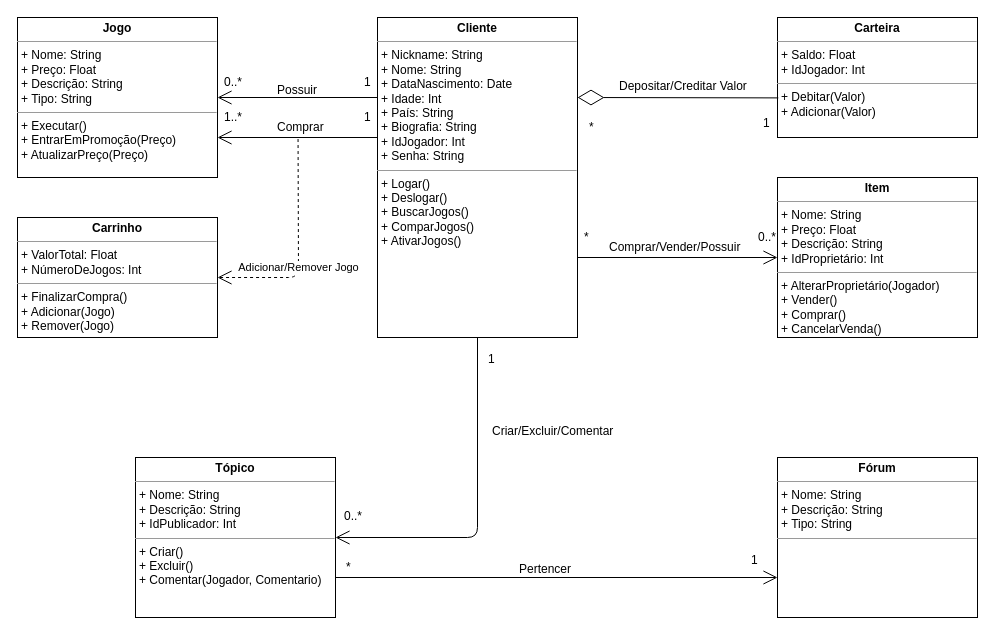
Nathy14/Steam-PJTsoftware keeps this draw.io diagram as page "Page-1" (1 of 2) of DiagramaClasses.drawio. Above is the earlier version. Source tidied: cells renumbered, new cells numbered last; positions are measured from the earlier drawing's top-left corner, leaving out a move shared by most shapes. Both pictures are drawn from the tidied source at 100%, with x=0, y=0 at pixel (17, 17).
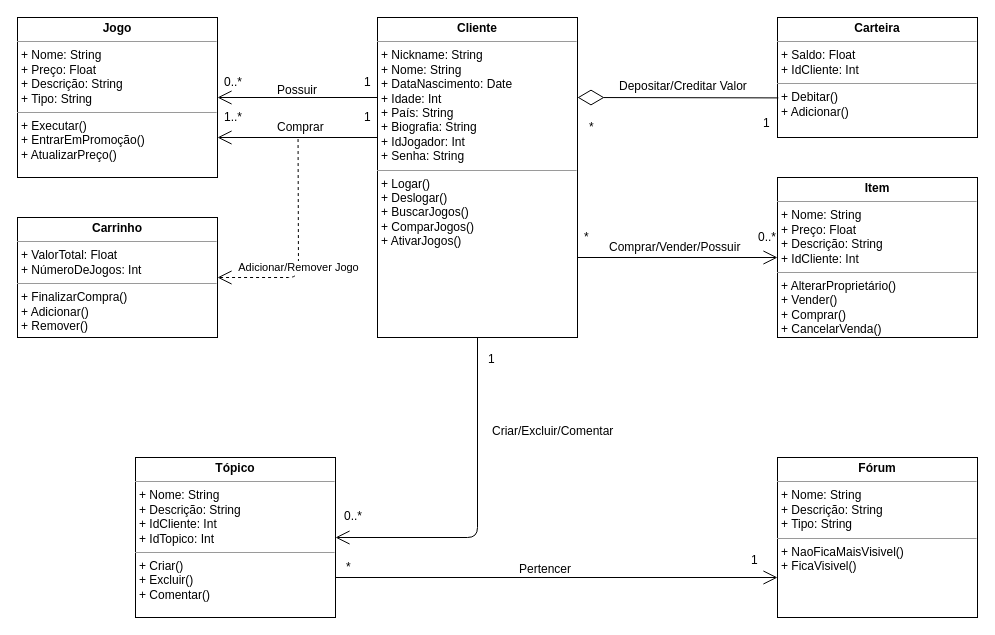
After the change.

Diff of the diagram source:
```diff
@@
-    <mxCell id="3" value="&lt;p style=&quot;margin: 0px ; margin-top: 4px ; text-align: center&quot;&gt;&lt;b&gt;Carteira&lt;/b&gt;&lt;/p&gt;&lt;hr size=&quot;1&quot;&gt;&lt;p style=&quot;margin: 0px ; margin-left: 4px&quot;&gt;+ Saldo: Float&lt;br&gt;+ IdJogador: Int&lt;/p&gt;&lt;hr size=&quot;1&quot;&gt;&lt;p style=&quot;margin: 0px ; margin-left: 4px&quot;&gt;+ Debitar(Valor)&lt;br&gt;+ Adicionar(Valor)&lt;/p&gt;" style="verticalAlign=top;align=left;overflow=fill;fontSize=12;fontFamily=Helvetica;html=1;" parent="1" vertex="1">
+    <mxCell id="3" value="&lt;p style=&quot;margin: 0px ; margin-top: 4px ; text-align: center&quot;&gt;&lt;b&gt;Carteira&lt;/b&gt;&lt;/p&gt;&lt;hr size=&quot;1&quot;&gt;&lt;p style=&quot;margin: 0px ; margin-left: 4px&quot;&gt;+ Saldo: Float&lt;br&gt;+ IdCliente: Int&lt;/p&gt;&lt;hr size=&quot;1&quot;&gt;&lt;p style=&quot;margin: 0px ; margin-left: 4px&quot;&gt;+ Debitar()&lt;br&gt;+ Adicionar()&lt;/p&gt;" style="verticalAlign=top;align=left;overflow=fill;fontSize=12;fontFamily=Helvetica;html=1;" parent="1" vertex="1">
       <mxGeometry x="760" width="200" height="120" as="geometry" />
     </mxCell>
-    <mxCell id="4" value="&lt;p style=&quot;margin: 0px ; margin-top: 4px ; text-align: center&quot;&gt;&lt;b&gt;Carrinho&lt;/b&gt;&lt;/p&gt;&lt;hr size=&quot;1&quot;&gt;&lt;p style=&quot;margin: 0px ; margin-left: 4px&quot;&gt;+ ValorTotal: Float&lt;br&gt;+ NúmeroDeJogos: Int&lt;/p&gt;&lt;hr size=&quot;1&quot;&gt;&lt;p style=&quot;margin: 0px ; margin-left: 4px&quot;&gt;+ FinalizarCompra()&lt;br&gt;+ Adicionar(Jogo)&lt;br&gt;+ Remover(Jogo)&lt;/p&gt;" style="verticalAlign=top;align=left;overflow=fill;fontSize=12;fontFamily=Helvetica;html=1;" parent="1" vertex="1">
+    <mxCell id="4" value="&lt;p style=&quot;margin: 0px ; margin-top: 4px ; text-align: center&quot;&gt;&lt;b&gt;Carrinho&lt;/b&gt;&lt;/p&gt;&lt;hr size=&quot;1&quot;&gt;&lt;p style=&quot;margin: 0px ; margin-left: 4px&quot;&gt;+ ValorTotal: Float&lt;br&gt;+ NúmeroDeJogos: Int&lt;/p&gt;&lt;hr size=&quot;1&quot;&gt;&lt;p style=&quot;margin: 0px ; margin-left: 4px&quot;&gt;+ FinalizarCompra()&lt;br&gt;+ Adicionar()&lt;br&gt;+ Remover()&lt;/p&gt;" style="verticalAlign=top;align=left;overflow=fill;fontSize=12;fontFamily=Helvetica;html=1;" parent="1" vertex="1">
       <mxGeometry y="200" width="200" height="120" as="geometry" />
     </mxCell>
-    <mxCell id="5" value="&lt;p style=&quot;margin: 0px ; margin-top: 4px ; text-align: center&quot;&gt;&lt;b&gt;Jogo&lt;/b&gt;&lt;/p&gt;&lt;hr size=&quot;1&quot;&gt;&lt;p style=&quot;margin: 0px ; margin-left: 4px&quot;&gt;+ Nome: String&lt;br&gt;+ Preço: Float&lt;br&gt;+ Descrição: String&lt;br&gt;+ Tipo: String&lt;/p&gt;&lt;hr size=&quot;1&quot;&gt;&lt;p style=&quot;margin: 0px ; margin-left: 4px&quot;&gt;+ Executar()&lt;br&gt;+ EntrarEmPromoção(Preço)&lt;br&gt;+ AtualizarPreço(Preço)&lt;/p&gt;" style="verticalAlign=top;align=left;overflow=fill;fontSize=12;fontFamily=Helvetica;html=1;" parent="1" vertex="1">
+    <mxCell id="5" value="&lt;p style=&quot;margin: 0px ; margin-top: 4px ; text-align: center&quot;&gt;&lt;b&gt;Jogo&lt;/b&gt;&lt;/p&gt;&lt;hr size=&quot;1&quot;&gt;&lt;p style=&quot;margin: 0px ; margin-left: 4px&quot;&gt;+ Nome: String&lt;br&gt;+ Preço: Float&lt;br&gt;+ Descrição: String&lt;br&gt;+ Tipo: String&lt;/p&gt;&lt;hr size=&quot;1&quot;&gt;&lt;p style=&quot;margin: 0px ; margin-left: 4px&quot;&gt;+ Executar()&lt;br&gt;+ EntrarEmPromoção()&lt;br&gt;+ AtualizarPreço()&lt;/p&gt;" style="verticalAlign=top;align=left;overflow=fill;fontSize=12;fontFamily=Helvetica;html=1;" parent="1" vertex="1">
       <mxGeometry width="200" height="160" as="geometry" />
     </mxCell>
-    <mxCell id="6" value="&lt;p style=&quot;margin: 0px ; margin-top: 4px ; text-align: center&quot;&gt;&lt;b&gt;Tópico&lt;/b&gt;&lt;/p&gt;&lt;hr size=&quot;1&quot;&gt;&lt;p style=&quot;margin: 0px ; margin-left: 4px&quot;&gt;+ Nome: String&lt;br&gt;+ Descrição: String&lt;br&gt;+ IdPublicador: Int&lt;/p&gt;&lt;hr size=&quot;1&quot;&gt;&lt;p style=&quot;margin: 0px ; margin-left: 4px&quot;&gt;+ Criar()&lt;br&gt;+ Excluir()&lt;br&gt;+ Comentar(Jogador, Comentario)&lt;br&gt;&lt;br&gt;&lt;/p&gt;" style="verticalAlign=top;align=left;overflow=fill;fontSize=12;fontFamily=Helvetica;html=1;" parent="1" vertex="1">
+    <mxCell id="6" value="&lt;p style=&quot;margin: 0px ; margin-top: 4px ; text-align: center&quot;&gt;&lt;b&gt;Tópico&lt;/b&gt;&lt;/p&gt;&lt;hr size=&quot;1&quot;&gt;&lt;p style=&quot;margin: 0px ; margin-left: 4px&quot;&gt;+ Nome: String&lt;br&gt;+ Descrição: String&lt;br&gt;+ IdCliente: Int&lt;br&gt;+ IdTopico: Int&lt;/p&gt;&lt;hr size=&quot;1&quot;&gt;&lt;p style=&quot;margin: 0px ; margin-left: 4px&quot;&gt;+ Criar()&lt;br&gt;+ Excluir()&lt;br&gt;+ Comentar()&lt;br&gt;&lt;br&gt;&lt;/p&gt;" style="verticalAlign=top;align=left;overflow=fill;fontSize=12;fontFamily=Helvetica;html=1;" parent="1" vertex="1">
       <mxGeometry x="118" y="440" width="200" height="160" as="geometry" />
     </mxCell>
-    <mxCell id="7" value="&lt;p style=&quot;margin: 0px ; margin-top: 4px ; text-align: center&quot;&gt;&lt;b&gt;Item&lt;/b&gt;&lt;/p&gt;&lt;hr size=&quot;1&quot;&gt;&lt;p style=&quot;margin: 0px ; margin-left: 4px&quot;&gt;+ Nome: String&lt;br&gt;+ Preço: Float&lt;br&gt;+ Descrição: String&lt;br&gt;+ IdProprietário: Int&lt;/p&gt;&lt;hr size=&quot;1&quot;&gt;&lt;p style=&quot;margin: 0px ; margin-left: 4px&quot;&gt;+ AlterarProprietário(Jogador)&lt;br&gt;+ Vender()&lt;br&gt;+ Comprar()&lt;br&gt;+ CancelarVenda()&lt;/p&gt;" style="verticalAlign=top;align=left;overflow=fill;fontSize=12;fontFamily=Helvetica;html=1;" parent="1" vertex="1">
+    <mxCell id="7" value="&lt;p style=&quot;margin: 0px ; margin-top: 4px ; text-align: center&quot;&gt;&lt;b&gt;Item&lt;/b&gt;&lt;/p&gt;&lt;hr size=&quot;1&quot;&gt;&lt;p style=&quot;margin: 0px ; margin-left: 4px&quot;&gt;+ Nome: String&lt;br&gt;+ Preço: Float&lt;br&gt;+ Descrição: String&lt;br&gt;+ IdCliente: Int&lt;/p&gt;&lt;hr size=&quot;1&quot;&gt;&lt;p style=&quot;margin: 0px ; margin-left: 4px&quot;&gt;+ AlterarProprietário()&lt;br&gt;+ Vender()&lt;br&gt;+ Comprar()&lt;br&gt;+ CancelarVenda()&lt;/p&gt;" style="verticalAlign=top;align=left;overflow=fill;fontSize=12;fontFamily=Helvetica;html=1;" parent="1" vertex="1">
       <mxGeometry x="760" y="160" width="200" height="160" as="geometry" />
     </mxCell>
-    <mxCell id="8" value="&lt;p style=&quot;margin: 0px ; margin-top: 4px ; text-align: center&quot;&gt;&lt;b&gt;Fórum&lt;/b&gt;&lt;/p&gt;&lt;hr size=&quot;1&quot;&gt;&lt;p style=&quot;margin: 0px ; margin-left: 4px&quot;&gt;+ Nome: String&lt;br&gt;+ Descrição: String&lt;br&gt;+ Tipo: String&lt;/p&gt;&lt;hr size=&quot;1&quot;&gt;&lt;p style=&quot;margin: 0px ; margin-left: 4px&quot;&gt;&lt;br&gt;&lt;/p&gt;" style="verticalAlign=top;align=left;overflow=fill;fontSize=12;fontFamily=Helvetica;html=1;" parent="1" vertex="1">
+    <mxCell id="8" value="&lt;p style=&quot;margin: 0px ; margin-top: 4px ; text-align: center&quot;&gt;&lt;b&gt;Fórum&lt;/b&gt;&lt;/p&gt;&lt;hr size=&quot;1&quot;&gt;&lt;p style=&quot;margin: 0px ; margin-left: 4px&quot;&gt;+ Nome: String&lt;br&gt;+ Descrição: String&lt;br&gt;+ Tipo: String&lt;/p&gt;&lt;hr size=&quot;1&quot;&gt;&lt;p style=&quot;margin: 0px ; margin-left: 4px&quot;&gt;+ NaoFicaMaisVisivel()&lt;br&gt;+ FicaVisivel()&lt;/p&gt;" style="verticalAlign=top;align=left;overflow=fill;fontSize=12;fontFamily=Helvetica;html=1;" parent="1" vertex="1">
       <mxGeometry x="760" y="440" width="200" height="160" as="geometry" />
     </mxCell>
```
